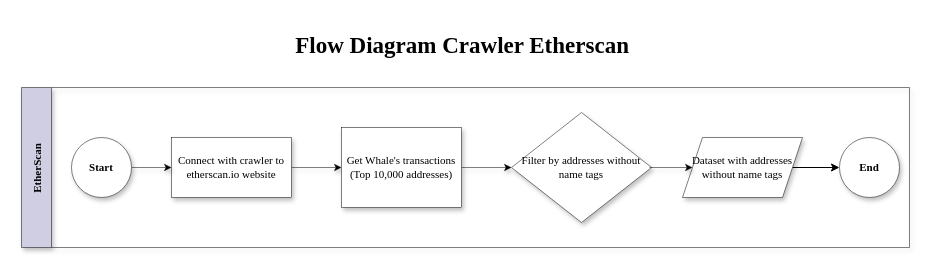
Earlier version of the draw.io diagram page "Etherscan" (1 of 2) of Diagrams/Etherscan Crawler.drawio (juancamilordg/Cryptocurrency). Source tidied: cells renumbered, new cells numbered last; positions are measured from the earlier drawing's top-left corner, leaving out a move shared by most shapes. Both pictures are drawn from the tidied source at 100%, with x=0, y=0 at pixel (21, 27).
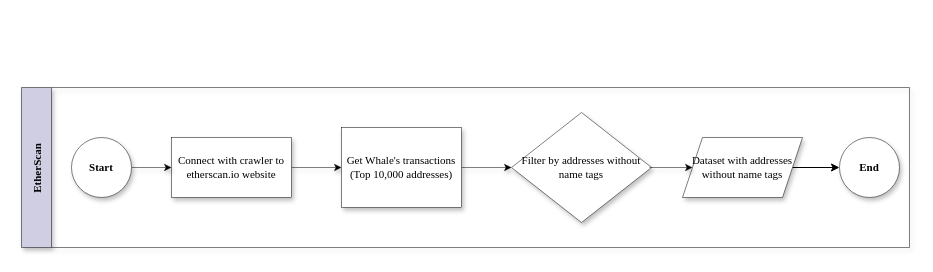
The same page after the edit.

Diff of the diagram source:
```diff
@@
 <mxGraphModel>
   <root>
     <mxCell id="0" />
     <mxCell id="1" parent="0" />
     <mxCell id="2" value="EtherScan" style="swimlane;horizontal=0;fillColor=#d0cee2;strokeColor=#000000;startSize=30;fontSize=11;fontFamily=Times New Roman;strokeWidth=0.5;sketch=0;shadow=1;" parent="1" vertex="1">
       <mxGeometry y="60" width="888" height="160" as="geometry" />
     </mxCell>
     <mxCell id="3" style="edgeStyle=none;html=1;fontSize=11;fontFamily=Times New Roman;strokeWidth=0.5;strokeColor=#000000;sketch=0;shadow=1;" parent="2" edge="1" source="4" target="6">
       <mxGeometry relative="1" as="geometry" />
     </mxCell>
     <mxCell id="4" value="Connect with crawler to etherscan.io website" style="rounded=0;whiteSpace=wrap;html=1;fontSize=11;fontFamily=Times New Roman;strokeWidth=0.5;strokeColor=#000000;sketch=0;shadow=1;" parent="2" vertex="1">
       <mxGeometry x="150" y="50" width="120" height="60" as="geometry" />
     </mxCell>
     <mxCell id="5" style="edgeStyle=none;html=1;fontSize=11;fontFamily=Times New Roman;strokeWidth=0.5;strokeColor=#000000;sketch=0;shadow=1;" parent="2" edge="1" source="6" target="9">
       <mxGeometry relative="1" as="geometry" />
     </mxCell>
     <mxCell id="6" value="Get Whale's transactions (Top 10,000 addresses)" style="rounded=0;whiteSpace=wrap;html=1;fontSize=11;fontFamily=Times New Roman;strokeWidth=0.5;strokeColor=#000000;sketch=0;shadow=1;" parent="2" vertex="1">
       <mxGeometry x="320" y="40" width="120" height="80" as="geometry" />
     </mxCell>
     <mxCell id="7" style="edgeStyle=none;html=1;exitX=1;exitY=0.5;exitDx=0;exitDy=0;entryX=0;entryY=0.5;entryDx=0;entryDy=0;fontSize=11;fontFamily=Times New Roman;strokeWidth=0.5;strokeColor=#000000;sketch=0;shadow=1;" parent="2" edge="1" source="8" target="4">
       <mxGeometry relative="1" as="geometry" />
     </mxCell>
     <mxCell id="8" value="Start" style="ellipse;whiteSpace=wrap;html=1;fontSize=11;fontStyle=1;fontFamily=Times New Roman;strokeWidth=0.5;strokeColor=#000000;sketch=0;shadow=1;" parent="2" vertex="1">
       <mxGeometry x="50" y="50" width="60" height="60" as="geometry" />
     </mxCell>
     <mxCell id="9" value="Filter by addresses without name tags" style="rhombus;whiteSpace=wrap;html=1;rounded=0;fontSize=11;fontFamily=Times New Roman;strokeWidth=0.5;strokeColor=#000000;sketch=0;shadow=1;" parent="2" vertex="1">
       <mxGeometry x="490" y="25" width="140" height="110" as="geometry" />
     </mxCell>
     <mxCell id="10" style="edgeStyle=none;html=1;exitX=1;exitY=0.5;exitDx=0;exitDy=0;entryX=0;entryY=0.5;entryDx=0;entryDy=0;" parent="2" edge="1" source="11" target="13">
       <mxGeometry relative="1" as="geometry" />
     </mxCell>
     <mxCell id="11" value="Dataset with addresses without name tags" style="shape=parallelogram;perimeter=parallelogramPerimeter;whiteSpace=wrap;html=1;fixedSize=1;rounded=0;fontSize=11;fontFamily=Times New Roman;strokeWidth=0.5;strokeColor=#000000;sketch=0;shadow=1;" parent="2" vertex="1">
       <mxGeometry x="661" y="50" width="120" height="60" as="geometry" />
     </mxCell>
     <mxCell id="12" style="edgeStyle=none;html=1;fontSize=11;fontFamily=Times New Roman;strokeWidth=0.5;strokeColor=#000000;sketch=0;shadow=1;" parent="2" edge="1" target="11">
       <mxGeometry relative="1" as="geometry">
         <mxPoint x="628" y="80" as="sourcePoint" />
       </mxGeometry>
     </mxCell>
     <mxCell id="13" value="End" style="ellipse;whiteSpace=wrap;html=1;fontSize=11;fontFamily=Times New Roman;strokeColor=#000000;rounded=0;sketch=0;spacing=2;labelBorderColor=none;labelBackgroundColor=none;fontStyle=1;strokeWidth=0.5;shadow=1;" parent="2" vertex="1">
       <mxGeometry x="818" y="50" width="60" height="60" as="geometry" />
     </mxCell>
-    <mxCell id="14" value="&lt;h1 style=&quot;font-size: 23px&quot;&gt;Flow Diagram Crawler Etherscan&amp;nbsp;&lt;/h1&gt;" style="text;html=1;strokeColor=none;fillColor=none;spacing=5;spacingTop=-20;whiteSpace=wrap;overflow=hidden;rounded=0;shadow=1;labelBackgroundColor=none;labelBorderColor=none;sketch=0;fontFamily=Times New Roman;fontSize=23;align=center;" parent="1" vertex="1">
-      <mxGeometry x="129" width="630" height="40" as="geometry" />
-    </mxCell>
   </root>
 </mxGraphModel>
```
